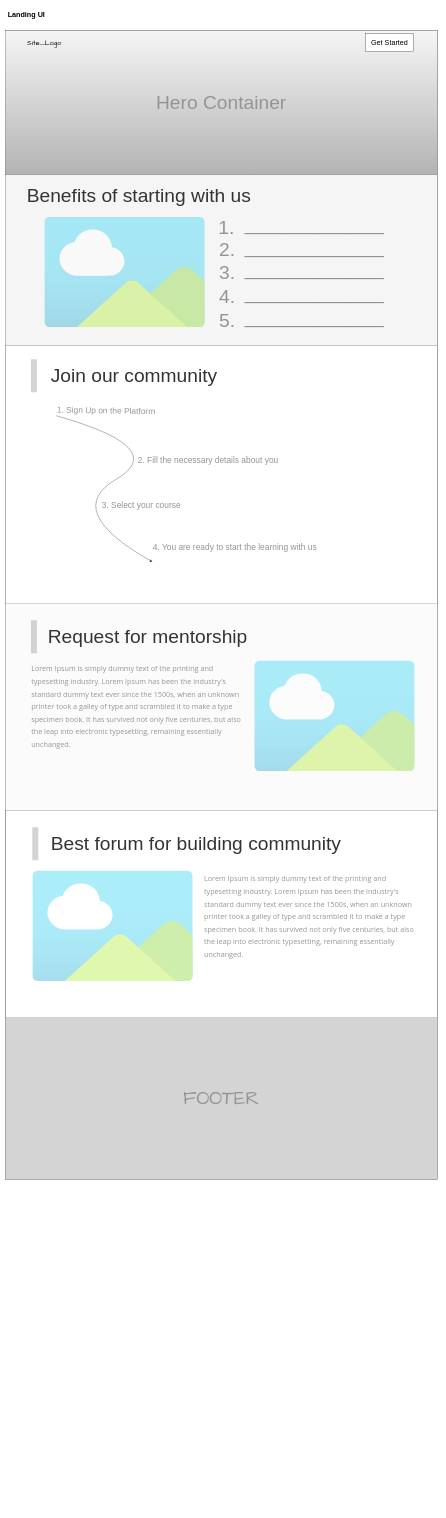
Above: page "LandingPage" (1 of 4) of Documentation/LandingPage.drawio in mraniketr/Collaborative-Study-Portal (draw.io), before the change. Source tidied: cells renumbered, new cells numbered last; positions are measured from the earlier drawing's top-left corner, leaving out a move shared by most shapes. Both pictures are drawn from the tidied source at 30%, with x=0, y=0 at pixel (5, 7).
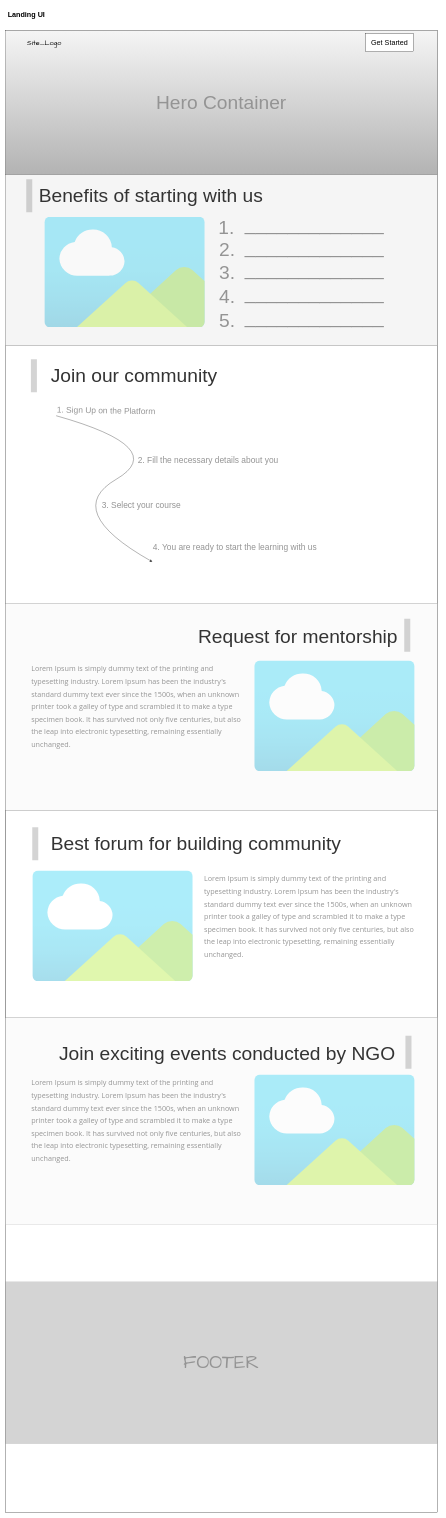
After the change.

Change to the diagram source:
```diff
@@
     <mxCell id="2" style="rounded=0;whiteSpace=wrap;html=1;direction=east;" parent="1" vertex="1">
-      <mxGeometry y="80" width="1440" height="3830" as="geometry" />
+      <mxGeometry y="80" width="1440" height="4940" as="geometry" />
     </mxCell>
@@
     <mxCell id="9" value="&lt;font color=&quot;#333333&quot;&gt;Benefits of starting with us&lt;/font&gt;" style="text;html=1;strokeColor=none;fillColor=none;align=left;verticalAlign=middle;whiteSpace=wrap;rounded=0;labelBorderColor=none;fontSize=64;fontColor=#C9C9C9;" parent="1" vertex="1">
-      <mxGeometry x="70" y="590" width="920" height="80" as="geometry" />
+      <mxGeometry x="110" y="590" width="920" height="80" as="geometry" />
     </mxCell>
@@
-    <mxCell id="28" value="&lt;font color=&quot;#333333&quot;&gt;Request for mentorship&lt;/font&gt;" style="text;html=1;strokeColor=none;fillColor=none;align=left;verticalAlign=middle;whiteSpace=wrap;rounded=0;labelBorderColor=none;fontSize=64;fontColor=#C9C9C9;" parent="1" vertex="1">
-      <mxGeometry x="140" y="2060" width="1300" height="80" as="geometry" />
+    <mxCell id="28" value="&lt;font color=&quot;#333333&quot;&gt;Request for mentorship&lt;/font&gt;" style="text;html=1;strokeColor=none;fillColor=none;align=right;verticalAlign=middle;whiteSpace=wrap;rounded=0;labelBorderColor=none;fontSize=64;fontColor=#C9C9C9;" parent="1" vertex="1">
+      <mxGeometry x="140" y="2060" width="1170" height="80" as="geometry" />
     </mxCell>
@@
     <mxCell id="35" style="rounded=0;whiteSpace=wrap;html=1;labelBackgroundColor=none;labelBorderColor=none;fontSize=24;fontColor=#949494;fillColor=#949494;opacity=40;strokeColor=none;" parent="1" vertex="1">
-      <mxGeometry x="85.5" y="2045" width="20" height="110" as="geometry" />
+      <mxGeometry x="1330" y="2040" width="20" height="110" as="geometry" />
     </mxCell>
@@
     <mxCell id="38" value="&lt;font style=&quot;font-size: 64px&quot;&gt;FOOTER&lt;/font&gt;" style="rounded=0;whiteSpace=wrap;html=1;labelBackgroundColor=none;labelBorderColor=none;fontFamily=Comic Sans MS;fontSize=24;fontColor=#949494;strokeColor=#999999;fillColor=#949494;opacity=40;" parent="1" vertex="1">
-      <mxGeometry y="3370" width="1440" height="540" as="geometry" />
+      <mxGeometry y="4250" width="1440" height="540" as="geometry" />
     </mxCell>
+    <mxCell id="39" style="rounded=0;whiteSpace=wrap;html=1;labelBorderColor=none;fontSize=28;fontColor=#333333;opacity=40;fillColor=#f5f5f5;strokeColor=#666666;" parent="1" vertex="1">
+      <mxGeometry y="3370" width="1440" height="690" as="geometry" />
+    </mxCell>
+    <mxCell id="40" value="&lt;font color=&quot;#333333&quot;&gt;Join exciting events conducted by NGO&amp;nbsp;&lt;/font&gt;" style="text;html=1;strokeColor=none;fillColor=none;align=right;verticalAlign=middle;whiteSpace=wrap;rounded=0;labelBorderColor=none;fontSize=64;fontColor=#C9C9C9;" parent="1" vertex="1">
+      <mxGeometry x="20" y="3450" width="1300" height="80" as="geometry" />
+    </mxCell>
+    <mxCell id="41" style="html=1;align=center;image;fontSize=12;image=img/lib/azure2/general/Image.svg;labelBorderColor=none;fontColor=#949494;opacity=40;" parent="1" vertex="1">
+      <mxGeometry x="829.6" y="3560" width="536.4" height="368.8" as="geometry" />
+    </mxCell>
+    <mxCell id="42" value="&lt;div style=&quot;text-align: left ; font-size: 24px&quot;&gt;&lt;font color=&quot;#949494&quot; style=&quot;line-height: 1.7&quot;&gt;&lt;span style=&quot;margin: 0px ; padding: 0px ; font-family: &amp;#34;open sans&amp;#34; , &amp;#34;arial&amp;#34; , sans-serif ; text-align: justify&quot;&gt;Lorem Ipsum&lt;/span&gt;&lt;span style=&quot;font-family: &amp;#34;open sans&amp;#34; , &amp;#34;arial&amp;#34; , sans-serif&quot;&gt;&amp;nbsp;is simply dummy text of the printing and typesetting industry. Lorem Ipsum has been the industry's standard dummy text ever since the 1500s, when an unknown printer took a galley of type and scrambled it to make a type specimen book. It has survived not only five centuries, but also the leap into electronic typesetting, remaining essentially unchanged.&amp;nbsp;&lt;/span&gt;&lt;/font&gt;&lt;/div&gt;" style="text;html=1;align=center;verticalAlign=top;whiteSpace=wrap;rounded=0;labelBorderColor=none;fontSize=28;opacity=40;fillColor=none;" parent="1" vertex="1">
+      <mxGeometry x="85.5" y="3560" width="704.5" height="270" as="geometry" />
+    </mxCell>
+    <mxCell id="43" style="rounded=0;whiteSpace=wrap;html=1;labelBackgroundColor=none;labelBorderColor=none;fontSize=24;fontColor=#949494;fillColor=#949494;opacity=40;strokeColor=none;" parent="1" vertex="1">
+      <mxGeometry x="1334" y="3430" width="20" height="110" as="geometry" />
+    </mxCell>
+    <mxCell id="44" style="rounded=0;whiteSpace=wrap;html=1;labelBackgroundColor=none;labelBorderColor=none;fontSize=24;fontColor=#949494;fillColor=#949494;opacity=40;strokeColor=none;" parent="1" vertex="1">
+      <mxGeometry x="70" y="575" width="20" height="110" as="geometry" />
+    </mxCell>
```
